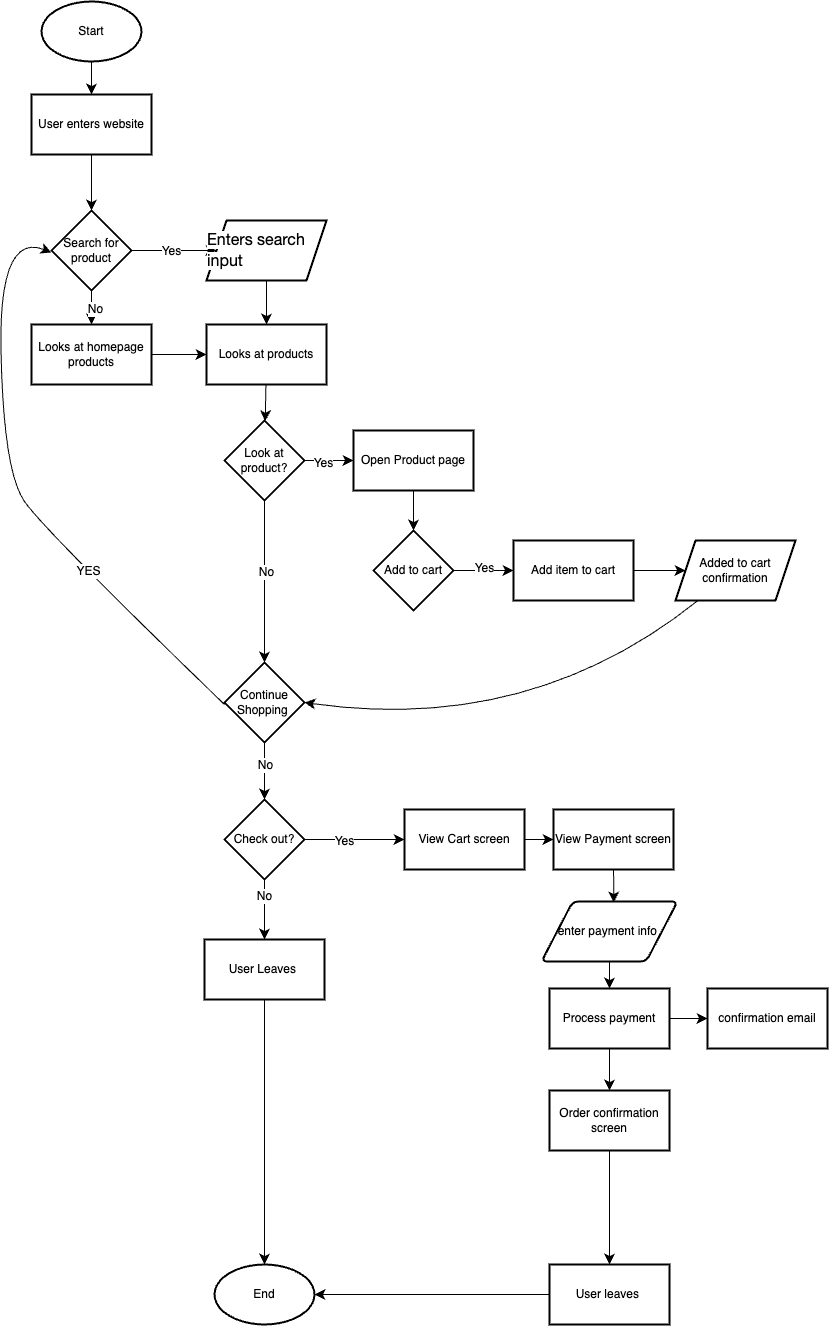
Keanooo7/sp25-cse110-lab4 keeps this draw.io diagram as explore/diagramming/diagram.drawio.png. Above is the earlier version. Source tidied: cells renumbered, new cells last; positions are measured from the earlier drawing's top-left corner, leaving out a move shared by most shapes.
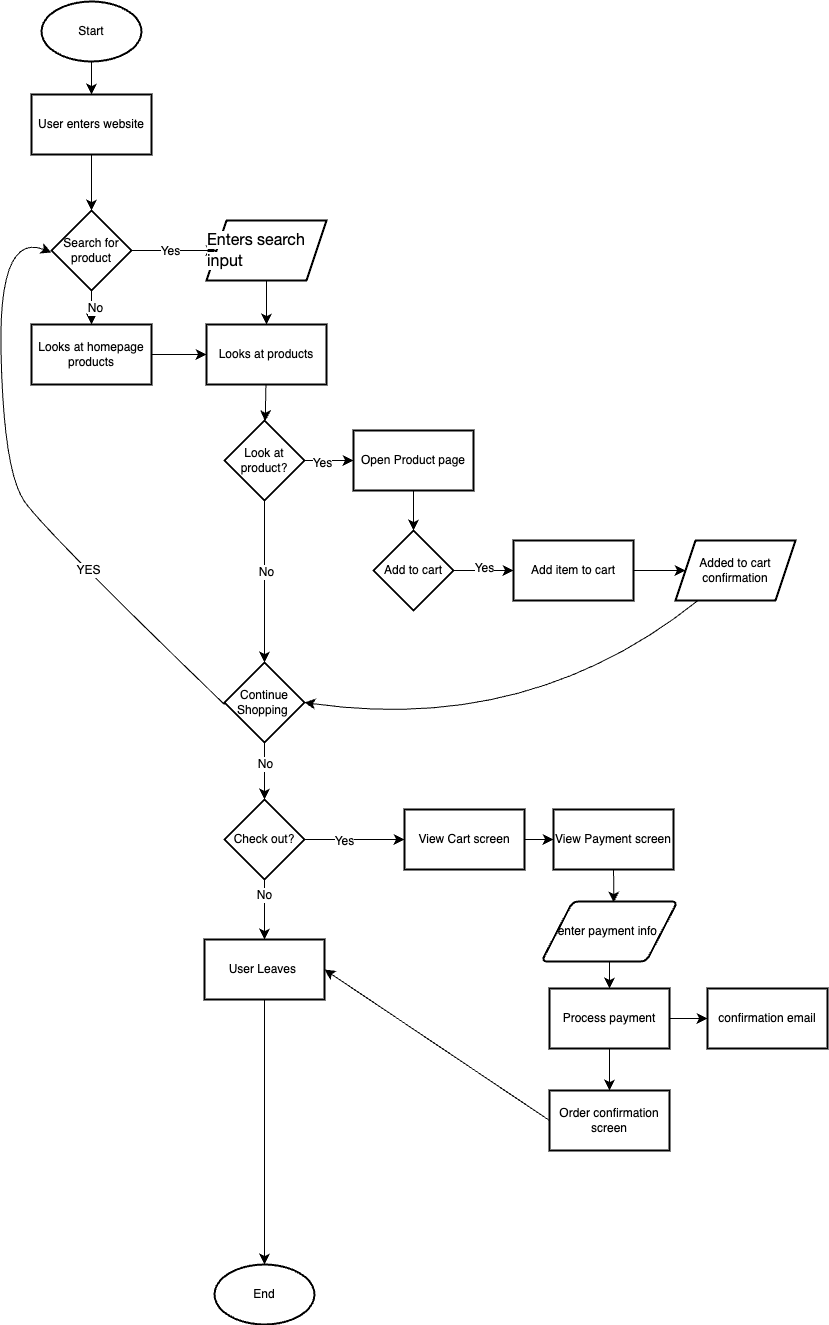
After the commit.

Diff of the diagram source:
```diff
@@ -175,20 +175,14 @@
     <mxCell id="52" value="enter payment info&amp;nbsp;" style="shape=parallelogram;html=1;strokeWidth=2;perimeter=parallelogramPerimeter;whiteSpace=wrap;rounded=1;arcSize=12;size=0.23;" parent="1" vertex="1">
       <mxGeometry x="543" y="900" width="136" height="60" as="geometry" />
     </mxCell>
-    <mxCell id="53" style="edgeStyle=none;curved=1;rounded=0;jettySize=auto;html=1;fontSize=12;startSize=8;endSize=8;" parent="1" edge="1" source="54" target="57">
-      <mxGeometry relative="1" as="geometry" />
-    </mxCell>
+    <mxCell id="58" style="edgeStyle=none;curved=1;rounded=0;jettySize=auto;html=1;exitX=0;exitY=0.5;exitDx=0;exitDy=0;entryX=1;entryY=0.5;entryDx=0;entryDy=0;fontSize=12;startSize=8;endSize=8;" parent="1" edge="1" source="54" target="41">
+      <mxGeometry relative="1" as="geometry" />
+    </mxCell>
     <mxCell id="54" value="Order confirmation screen" style="shape=parallelogram;perimeter=parallelogramPerimeter;whiteSpace=wrap;html=1;fixedSize=1;strokeWidth=2;size=-26.35294117647038;" parent="1" vertex="1">
       <mxGeometry x="551" y="1089" width="120" height="60" as="geometry" />
     </mxCell>
     <mxCell id="55" value="confirmation email" style="whiteSpace=wrap;html=1;strokeWidth=2;" parent="1" vertex="1">
       <mxGeometry x="709" y="987" width="120" height="60" as="geometry" />
     </mxCell>
-    <mxCell id="56" style="edgeStyle=none;curved=1;rounded=0;jettySize=auto;html=1;exitX=0;exitY=0.5;exitDx=0;exitDy=0;fontSize=12;startSize=8;endSize=8;" parent="1" edge="1" source="57" target="4">
-      <mxGeometry relative="1" as="geometry" />
-    </mxCell>
-    <mxCell id="57" value="User leaves&amp;nbsp;" style="whiteSpace=wrap;html=1;strokeWidth=2;" parent="1" vertex="1">
-      <mxGeometry x="551" y="1263" width="120" height="60" as="geometry" />
-    </mxCell>
   </root>
 </mxGraphModel>
```
